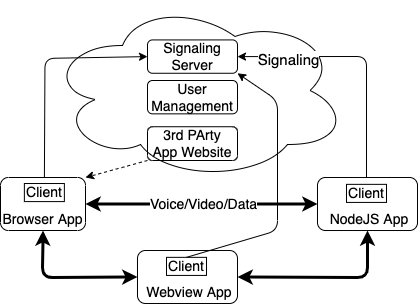
boblund/brume-client keeps this draw.io diagram as Brume.drawio.png. Above is the earlier version. Source tidied: cells renumbered, new cells last; positions are measured from the earlier drawing's top-left corner, leaving out a move shared by most shapes. Source of this version:
```xml
<mxGraphModel>
  <root>
    <mxCell id="0" />
    <mxCell id="1" parent="0" />
    <mxCell id="2" style="ellipse;shape=cloud;whiteSpace=wrap;html=1;fontFamily=Helvetica;fontSize=11;fontColor=default;fillColor=none;" parent="1" vertex="1">
      <mxGeometry x="47" width="300" height="180" as="geometry" />
    </mxCell>
    <mxCell id="3" value="Signaling Server" style="rounded=1;whiteSpace=wrap;html=1;fillColor=none;fontSize=14;" parent="1" vertex="1">
      <mxGeometry x="147" y="39.4" width="90" height="33.4" as="geometry" />
    </mxCell>
    <mxCell id="4" value="3rd PArty&lt;br&gt;App Website" style="rounded=1;whiteSpace=wrap;html=1;fillColor=none;fontSize=14;" parent="1" vertex="1">
      <mxGeometry x="147" y="126.2" width="90" height="33.8" as="geometry" />
    </mxCell>
    <mxCell id="5" style="endArrow=classic;html=1;rounded=1;labelBackgroundColor=default;strokeColor=default;fontFamily=Helvetica;fontSize=11;fontColor=default;shape=connector;exitX=0;exitY=1;exitDx=0;exitDy=0;entryX=1;entryY=0;entryDx=0;entryDy=0;dashed=1;" parent="1" edge="1" source="4" target="12">
      <mxGeometry relative="1" as="geometry" />
    </mxCell>
    <mxCell id="6" style="endArrow=classic;startArrow=classic;html=1;rounded=1;labelBackgroundColor=default;strokeColor=default;fontFamily=Helvetica;fontSize=11;fontColor=default;shape=connector;exitX=1;exitY=0.5;exitDx=0;exitDy=0;strokeWidth=3;entryX=0;entryY=0.5;entryDx=0;entryDy=0;" parent="1" edge="1" source="12" target="16">
      <mxGeometry relative="1" as="geometry" />
    </mxCell>
    <mxCell id="7" value="Voice/Video/Data" style="edgeLabel;html=1;align=center;verticalAlign=middle;fontSize=14;fontFamily=Helvetica;fontColor=default;" parent="6" vertex="1">
      <mxGeometry x="0.01" relative="1" as="geometry" />
    </mxCell>
    <mxCell id="8" style="endArrow=classic;html=1;rounded=1;entryX=1;entryY=0.5;entryDx=0;entryDy=0;exitX=0.5;exitY=0;exitDx=0;exitDy=0;" parent="1" edge="1" source="17" target="3">
      <mxGeometry relative="1" as="geometry">
        <Array as="points">
          <mxPoint x="366" y="56" />
        </Array>
      </mxGeometry>
    </mxCell>
    <mxCell id="9" value="Signaling" style="edgeLabel;html=1;align=center;verticalAlign=middle;fontSize=15;" parent="8" vertex="1">
      <mxGeometry x="0.6" y="2" relative="1" as="geometry" />
    </mxCell>
    <mxCell id="10" style="endArrow=classic;html=1;rounded=1;exitX=0.5;exitY=0;exitDx=0;exitDy=0;entryX=0;entryY=0.5;entryDx=0;entryDy=0;" parent="1" edge="1" source="13" target="3">
      <mxGeometry relative="1" as="geometry">
        <Array as="points">
          <mxPoint x="44.5" y="57.9" />
        </Array>
      </mxGeometry>
    </mxCell>
    <mxCell id="11" value="User Management" style="rounded=1;whiteSpace=wrap;html=1;fillColor=none;fontSize=14;" parent="1" vertex="1">
      <mxGeometry x="147" y="80" width="90" height="33.4" as="geometry" />
    </mxCell>
    <mxCell id="12" value="Browser App" style="rounded=1;whiteSpace=wrap;html=1;fontSize=14;verticalAlign=bottom;align=center;" parent="1" vertex="1">
      <mxGeometry y="177" width="85" height="53" as="geometry" />
    </mxCell>
    <mxCell id="13" value="Client" style="rounded=0;whiteSpace=wrap;html=1;labelBackgroundColor=none;fontFamily=Helvetica;fontSize=14;fontColor=default;fillColor=none;" parent="1" vertex="1">
      <mxGeometry x="23.9" y="183" width="40" height="18.1" as="geometry" />
    </mxCell>
    <mxCell id="14" value="&amp;nbsp;Webview App" style="rounded=1;whiteSpace=wrap;html=1;fontSize=14;verticalAlign=bottom;align=center;" parent="1" vertex="1">
      <mxGeometry x="137" y="250" width="100" height="53" as="geometry" />
    </mxCell>
    <mxCell id="15" value="Client" style="rounded=0;whiteSpace=wrap;html=1;labelBackgroundColor=none;fontFamily=Helvetica;fontSize=14;fontColor=default;fillColor=none;" parent="1" vertex="1">
      <mxGeometry x="166" y="256.9" width="40" height="18.1" as="geometry" />
    </mxCell>
    <mxCell id="16" value="&amp;nbsp;NodeJS App" style="rounded=1;whiteSpace=wrap;html=1;fontSize=14;verticalAlign=bottom;align=center;" parent="1" vertex="1">
      <mxGeometry x="317" y="177" width="100" height="53" as="geometry" />
    </mxCell>
    <mxCell id="17" value="Client" style="rounded=0;whiteSpace=wrap;html=1;labelBackgroundColor=none;fontFamily=Helvetica;fontSize=14;fontColor=default;fillColor=none;" parent="1" vertex="1">
      <mxGeometry x="346" y="183.9" width="40" height="18.1" as="geometry" />
    </mxCell>
    <mxCell id="18" style="endArrow=classic;startArrow=classic;html=1;rounded=1;labelBackgroundColor=default;strokeColor=default;fontFamily=Helvetica;fontSize=11;fontColor=default;shape=connector;exitX=0.5;exitY=1;exitDx=0;exitDy=0;strokeWidth=3;entryX=0;entryY=0.5;entryDx=0;entryDy=0;" parent="1" edge="1" source="12" target="14">
      <mxGeometry relative="1" as="geometry">
        <Array as="points">
          <mxPoint x="42" y="277" />
        </Array>
      </mxGeometry>
    </mxCell>
    <mxCell id="19" style="endArrow=classic;startArrow=classic;html=1;rounded=1;labelBackgroundColor=default;strokeColor=default;fontFamily=Helvetica;fontSize=11;fontColor=default;shape=connector;exitX=1;exitY=0.5;exitDx=0;exitDy=0;strokeWidth=3;entryX=0.5;entryY=1;entryDx=0;entryDy=0;" parent="1" edge="1" source="14" target="16">
      <mxGeometry relative="1" as="geometry">
        <Array as="points">
          <mxPoint x="367" y="277" />
        </Array>
      </mxGeometry>
    </mxCell>
    <mxCell id="20" style="endArrow=classic;html=1;rounded=1;entryX=1;entryY=1;entryDx=0;entryDy=0;exitX=0.5;exitY=0;exitDx=0;exitDy=0;" parent="1" edge="1" source="15" target="3">
      <mxGeometry relative="1" as="geometry">
        <Array as="points">
          <mxPoint x="277" y="230" />
          <mxPoint x="277" y="100" />
        </Array>
      </mxGeometry>
    </mxCell>
  </root>
</mxGraphModel>
```
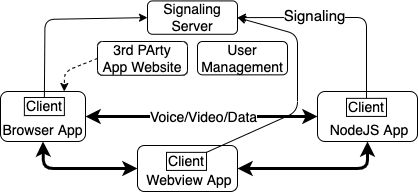
After the change.

What changed in the source:
```diff
@@ -2,17 +2,18 @@
   <root>
     <mxCell id="0" />
     <mxCell id="1" parent="0" />
-    <mxCell id="2" style="ellipse;shape=cloud;whiteSpace=wrap;html=1;fontFamily=Helvetica;fontSize=11;fontColor=default;fillColor=none;" parent="1" vertex="1">
-      <mxGeometry x="47" width="300" height="180" as="geometry" />
-    </mxCell>
     <mxCell id="3" value="Signaling Server" style="rounded=1;whiteSpace=wrap;html=1;fillColor=none;fontSize=14;" parent="1" vertex="1">
       <mxGeometry x="147" y="39.4" width="90" height="33.4" as="geometry" />
     </mxCell>
     <mxCell id="4" value="3rd PArty&lt;br&gt;App Website" style="rounded=1;whiteSpace=wrap;html=1;fillColor=none;fontSize=14;" parent="1" vertex="1">
-      <mxGeometry x="147" y="126.2" width="90" height="33.8" as="geometry" />
+      <mxGeometry x="97" y="80" width="90" height="33.8" as="geometry" />
     </mxCell>
-    <mxCell id="5" style="endArrow=classic;html=1;rounded=1;labelBackgroundColor=default;strokeColor=default;fontFamily=Helvetica;fontSize=11;fontColor=default;shape=connector;exitX=0;exitY=1;exitDx=0;exitDy=0;entryX=1;entryY=0;entryDx=0;entryDy=0;dashed=1;" parent="1" edge="1" source="4" target="12">
-      <mxGeometry relative="1" as="geometry" />
+    <mxCell id="5" style="endArrow=classic;html=1;rounded=1;labelBackgroundColor=default;strokeColor=default;fontFamily=Helvetica;fontSize=11;fontColor=default;shape=connector;entryX=0.75;entryY=0;entryDx=0;entryDy=0;dashed=1;exitX=0;exitY=0.5;exitDx=0;exitDy=0;" parent="1" edge="1" source="4" target="12">
+      <mxGeometry relative="1" as="geometry">
+        <Array as="points">
+          <mxPoint x="64" y="110" />
+        </Array>
+      </mxGeometry>
     </mxCell>
     <mxCell id="6" style="endArrow=classic;startArrow=classic;html=1;rounded=1;labelBackgroundColor=default;strokeColor=default;fontFamily=Helvetica;fontSize=11;fontColor=default;shape=connector;exitX=1;exitY=0.5;exitDx=0;exitDy=0;strokeWidth=3;entryX=0;entryY=0.5;entryDx=0;entryDy=0;" parent="1" edge="1" source="12" target="16">
       <mxGeometry relative="1" as="geometry" />
@@ -20,65 +21,67 @@
     <mxCell id="7" value="Voice/Video/Data" style="edgeLabel;html=1;align=center;verticalAlign=middle;fontSize=14;fontFamily=Helvetica;fontColor=default;" parent="6" vertex="1">
       <mxGeometry x="0.01" relative="1" as="geometry" />
     </mxCell>
-    <mxCell id="8" style="endArrow=classic;html=1;rounded=1;entryX=1;entryY=0.5;entryDx=0;entryDy=0;exitX=0.5;exitY=0;exitDx=0;exitDy=0;" parent="1" edge="1" source="17" target="3">
-      <mxGeometry relative="1" as="geometry">
-        <Array as="points">
-          <mxPoint x="366" y="56" />
-        </Array>
-      </mxGeometry>
-    </mxCell>
-    <mxCell id="9" value="Signaling" style="edgeLabel;html=1;align=center;verticalAlign=middle;fontSize=15;" parent="8" vertex="1">
-      <mxGeometry x="0.6" y="2" relative="1" as="geometry" />
-    </mxCell>
-    <mxCell id="10" style="endArrow=classic;html=1;rounded=1;exitX=0.5;exitY=0;exitDx=0;exitDy=0;entryX=0;entryY=0.5;entryDx=0;entryDy=0;" parent="1" edge="1" source="13" target="3">
-      <mxGeometry relative="1" as="geometry">
-        <Array as="points">
-          <mxPoint x="44.5" y="57.9" />
-        </Array>
-      </mxGeometry>
-    </mxCell>
     <mxCell id="11" value="User Management" style="rounded=1;whiteSpace=wrap;html=1;fillColor=none;fontSize=14;" parent="1" vertex="1">
-      <mxGeometry x="147" y="80" width="90" height="33.4" as="geometry" />
+      <mxGeometry x="197" y="80" width="90" height="33.4" as="geometry" />
     </mxCell>
     <mxCell id="12" value="Browser App" style="rounded=1;whiteSpace=wrap;html=1;fontSize=14;verticalAlign=bottom;align=center;" parent="1" vertex="1">
-      <mxGeometry y="177" width="85" height="53" as="geometry" />
+      <mxGeometry y="130" width="85" height="50" as="geometry" />
     </mxCell>
     <mxCell id="13" value="Client" style="rounded=0;whiteSpace=wrap;html=1;labelBackgroundColor=none;fontFamily=Helvetica;fontSize=14;fontColor=default;fillColor=none;" parent="1" vertex="1">
-      <mxGeometry x="23.9" y="183" width="40" height="18.1" as="geometry" />
+      <mxGeometry x="23.9" y="136" width="40" height="18.1" as="geometry" />
     </mxCell>
     <mxCell id="14" value="&amp;nbsp;Webview App" style="rounded=1;whiteSpace=wrap;html=1;fontSize=14;verticalAlign=bottom;align=center;" parent="1" vertex="1">
-      <mxGeometry x="137" y="250" width="100" height="53" as="geometry" />
+      <mxGeometry x="137" y="184" width="100" height="46" as="geometry" />
     </mxCell>
     <mxCell id="15" value="Client" style="rounded=0;whiteSpace=wrap;html=1;labelBackgroundColor=none;fontFamily=Helvetica;fontSize=14;fontColor=default;fillColor=none;" parent="1" vertex="1">
-      <mxGeometry x="166" y="256.9" width="40" height="18.1" as="geometry" />
+      <mxGeometry x="166" y="190.9" width="40" height="18.1" as="geometry" />
     </mxCell>
     <mxCell id="16" value="&amp;nbsp;NodeJS App" style="rounded=1;whiteSpace=wrap;html=1;fontSize=14;verticalAlign=bottom;align=center;" parent="1" vertex="1">
-      <mxGeometry x="317" y="177" width="100" height="53" as="geometry" />
+      <mxGeometry x="317" y="130" width="100" height="50" as="geometry" />
     </mxCell>
     <mxCell id="17" value="Client" style="rounded=0;whiteSpace=wrap;html=1;labelBackgroundColor=none;fontFamily=Helvetica;fontSize=14;fontColor=default;fillColor=none;" parent="1" vertex="1">
-      <mxGeometry x="346" y="183.9" width="40" height="18.1" as="geometry" />
+      <mxGeometry x="346" y="136.9" width="40" height="18.1" as="geometry" />
     </mxCell>
     <mxCell id="18" style="endArrow=classic;startArrow=classic;html=1;rounded=1;labelBackgroundColor=default;strokeColor=default;fontFamily=Helvetica;fontSize=11;fontColor=default;shape=connector;exitX=0.5;exitY=1;exitDx=0;exitDy=0;strokeWidth=3;entryX=0;entryY=0.5;entryDx=0;entryDy=0;" parent="1" edge="1" source="12" target="14">
       <mxGeometry relative="1" as="geometry">
         <Array as="points">
-          <mxPoint x="42" y="277" />
+          <mxPoint x="43" y="207" />
         </Array>
       </mxGeometry>
     </mxCell>
     <mxCell id="19" style="endArrow=classic;startArrow=classic;html=1;rounded=1;labelBackgroundColor=default;strokeColor=default;fontFamily=Helvetica;fontSize=11;fontColor=default;shape=connector;exitX=1;exitY=0.5;exitDx=0;exitDy=0;strokeWidth=3;entryX=0.5;entryY=1;entryDx=0;entryDy=0;" parent="1" edge="1" source="14" target="16">
       <mxGeometry relative="1" as="geometry">
         <Array as="points">
-          <mxPoint x="367" y="277" />
+          <mxPoint x="367" y="207" />
         </Array>
       </mxGeometry>
     </mxCell>
-    <mxCell id="20" style="endArrow=classic;html=1;rounded=1;entryX=1;entryY=1;entryDx=0;entryDy=0;exitX=0.5;exitY=0;exitDx=0;exitDy=0;" parent="1" edge="1" source="15" target="3">
+    <mxCell id="20" style="endArrow=classic;html=1;rounded=1;entryX=1;entryY=0.5;entryDx=0;entryDy=0;exitX=1;exitY=0;exitDx=0;exitDy=0;" parent="1" edge="1" source="15" target="3">
       <mxGeometry relative="1" as="geometry">
         <Array as="points">
-          <mxPoint x="277" y="230" />
-          <mxPoint x="277" y="100" />
+          <mxPoint x="297" y="150" />
+          <mxPoint x="297" y="73" />
         </Array>
       </mxGeometry>
     </mxCell>
+    <mxCell id="8" style="endArrow=classic;html=1;rounded=1;entryX=1;entryY=0.5;entryDx=0;entryDy=0;exitX=0.5;exitY=0;exitDx=0;exitDy=0;" parent="1" edge="1" source="17" target="3">
+      <mxGeometry relative="1" as="geometry">
+        <Array as="points">
+          <mxPoint x="366" y="56" />
+        </Array>
+      </mxGeometry>
+    </mxCell>
+    <mxCell id="9" value="Signaling" style="edgeLabel;html=1;align=center;verticalAlign=middle;fontSize=15;" parent="8" vertex="1">
+      <mxGeometry x="0.6" y="2" relative="1" as="geometry">
+        <mxPoint x="35" y="-5" as="offset" />
+      </mxGeometry>
+    </mxCell>
+    <mxCell id="10" style="endArrow=classic;html=1;rounded=1;exitX=0.5;exitY=0;exitDx=0;exitDy=0;entryX=0;entryY=0.5;entryDx=0;entryDy=0;" parent="1" edge="1" source="13" target="3">
+      <mxGeometry relative="1" as="geometry">
+        <Array as="points">
+          <mxPoint x="44.5" y="57.9" />
+        </Array>
+      </mxGeometry>
+    </mxCell>
   </root>
 </mxGraphModel>
```
